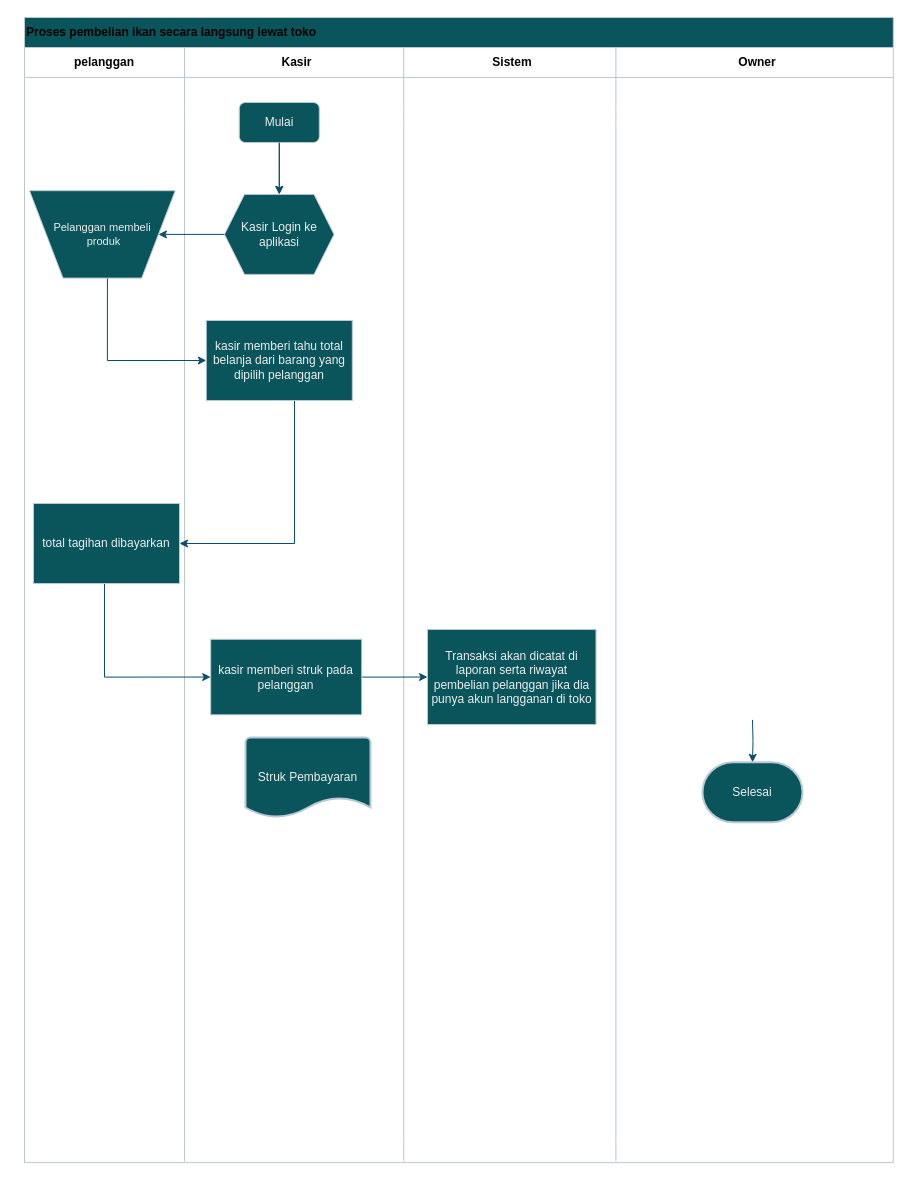
This is ikan langsung .drawio from shinoaaa/drawio, a draw.io file, before an edit. Source tidied: cells renumbered, new cells numbered last; positions are measured from the earlier drawing's top-left corner, leaving out a move shared by most shapes. Both pictures are drawn from the tidied source at 100%, with x=0, y=0 at pixel (24, 17).
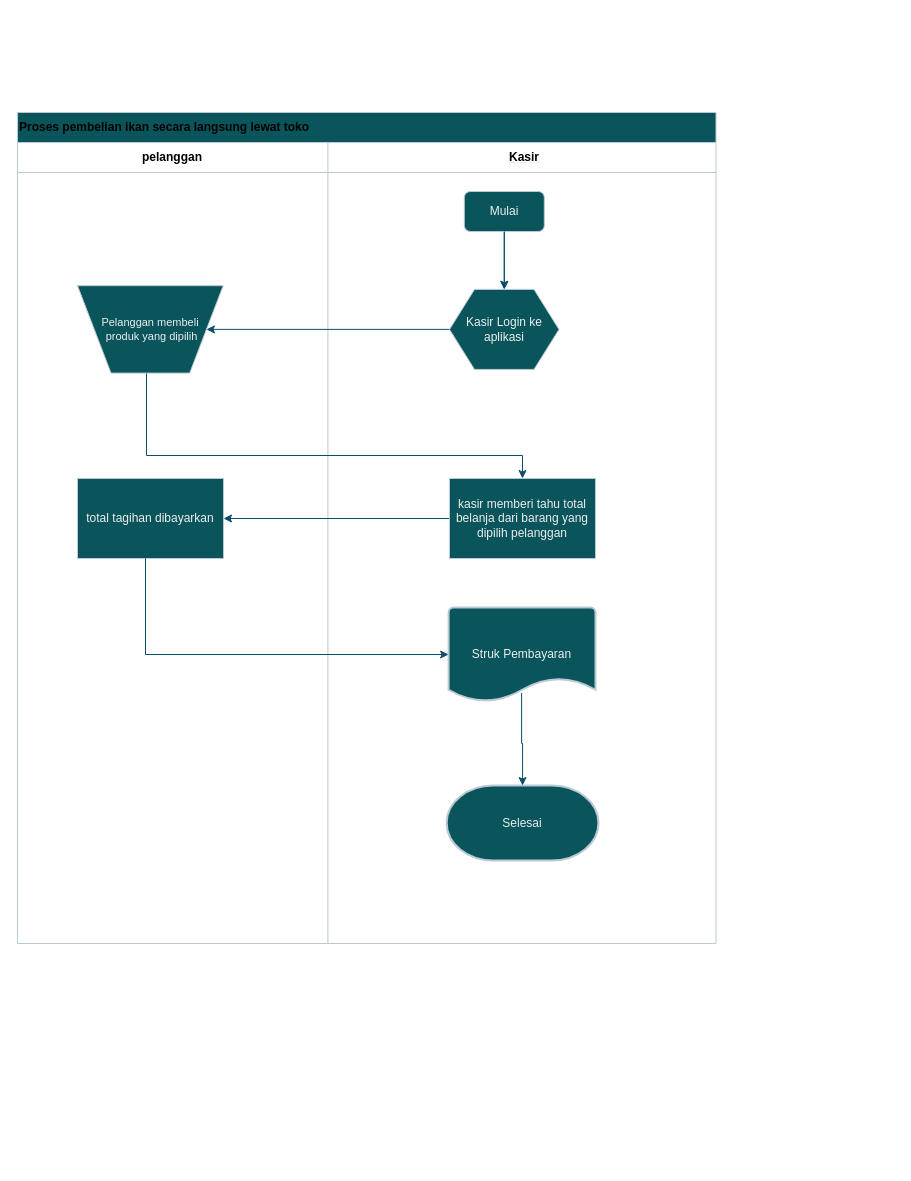
Above is the later version.

Change to the diagram source:
```diff
@@
     <mxCell id="2" value="&lt;font style=&quot;color: light-dark(rgb(0, 0, 0), rgb(0, 0, 0));&quot;&gt;Proses pembelian ikan secara langsung lewat toko&lt;/font&gt;" style="shape=table;startSize=30;childLayout=tableLayout;rowLines=0;fontStyle=1;align=left;html=1;strokeColor=#BAC8D3;labelBackgroundColor=none;fillColor=#09555B;fontColor=#EEEEEE;" parent="1" vertex="1">
-      <mxGeometry width="868.8" height="1145.1" as="geometry" />
+      <mxGeometry x="-7" y="95" width="698.5" height="831" as="geometry" />
     </mxCell>
     <mxCell id="3" style="shape=tableRow;horizontal=0;startSize=0;swimlaneHead=0;swimlaneBody=0;fillColor=none;top=0;left=0;right=0;bottom=1;strokeColor=#BAC8D3;labelBackgroundColor=none;fontColor=#EEEEEE;" parent="2" vertex="1">
-      <mxGeometry y="30" width="868.8" height="30" as="geometry" />
+      <mxGeometry y="30" width="698.5" height="30" as="geometry" />
     </mxCell>
     <mxCell id="4" value="&lt;font style=&quot;color: light-dark(rgb(0, 0, 0), rgb(0, 0, 0));&quot;&gt;pelanggan&lt;/font&gt;" style="shape=partialRectangle;fillColor=none;top=0;left=0;bottom=0;right=0;fontStyle=1;overflow=hidden;whiteSpace=wrap;html=1;labelBackgroundColor=none;strokeColor=#BAC8D3;fontColor=#EEEEEE;" parent="3" vertex="1">
-      <mxGeometry width="160" height="30" as="geometry" />
+      <mxGeometry width="310.4" height="30" as="geometry" />
     </mxCell>
     <mxCell id="5" value="&lt;font style=&quot;color: light-dark(rgb(0, 0, 0), rgb(0, 0, 0));&quot;&gt;Kasir&lt;/font&gt;" style="shape=partialRectangle;fillColor=none;top=0;left=0;bottom=0;right=0;align=center;spacingLeft=6;fontStyle=5;overflow=hidden;whiteSpace=wrap;html=1;labelBackgroundColor=none;strokeColor=#BAC8D3;fontColor=#EEEEEE;" parent="3" vertex="1">
-      <mxGeometry x="160" width="219.2" height="30" as="geometry" />
+      <mxGeometry x="310.4" width="388.1" height="30" as="geometry" />
     </mxCell>
-    <mxCell id="6" value="&lt;font style=&quot;color: light-dark(rgb(0, 0, 0), rgb(0, 0, 0));&quot;&gt;Sistem&lt;/font&gt;" style="shape=partialRectangle;fillColor=none;top=0;left=0;bottom=0;right=0;align=center;spacingLeft=6;fontStyle=5;overflow=hidden;whiteSpace=wrap;html=1;strokeColor=#BAC8D3;labelBackgroundColor=none;fontColor=#EEEEEE;" parent="3" vertex="1">
-      <mxGeometry x="379.2" width="212.2" height="30" as="geometry" />
-    </mxCell>
-    <mxCell id="7" value="&lt;font style=&quot;color: light-dark(rgb(0, 0, 0), rgb(0, 0, 0));&quot;&gt;Owner&lt;/font&gt;" style="shape=partialRectangle;fillColor=none;top=0;left=0;bottom=0;right=0;align=center;spacingLeft=6;fontStyle=5;overflow=hidden;whiteSpace=wrap;html=1;strokeColor=#BAC8D3;labelBackgroundColor=none;fontColor=#EEEEEE;" parent="3" vertex="1">
-      <mxGeometry x="591.3" width="277.5" height="30" as="geometry" />
-    </mxCell>
-    <mxCell id="8" style="shape=tableRow;horizontal=0;startSize=0;swimlaneHead=0;swimlaneBody=0;fillColor=none;top=0;left=0;right=0;bottom=0;labelBackgroundColor=none;strokeColor=#BAC8D3;fontColor=#EEEEEE;" parent="2" vertex="1">
-      <mxGeometry y="60" width="868.8" height="30" as="geometry" />
-    </mxCell>
-    <mxCell id="9" style="shape=partialRectangle;fillColor=none;top=0;left=0;bottom=0;right=0;overflow=hidden;whiteSpace=wrap;html=1;labelBackgroundColor=none;strokeColor=#BAC8D3;fontColor=#EEEEEE;" parent="8" vertex="1">
-      <mxGeometry width="160" height="30" as="geometry" />
-    </mxCell>
-    <mxCell id="10" style="shape=partialRectangle;fillColor=none;top=0;left=0;bottom=0;right=0;align=left;spacingLeft=6;overflow=hidden;whiteSpace=wrap;html=1;labelBackgroundColor=none;strokeColor=#BAC8D3;fontColor=#EEEEEE;" parent="8" vertex="1">
-      <mxGeometry x="160" width="219.2" height="30" as="geometry" />
-    </mxCell>
-    <mxCell id="11" style="shape=partialRectangle;fillColor=none;top=0;left=0;bottom=0;right=0;align=left;spacingLeft=6;overflow=hidden;whiteSpace=wrap;html=1;labelBackgroundColor=none;strokeColor=#BAC8D3;fontColor=#EEEEEE;" parent="8" vertex="1">
-      <mxGeometry x="379.2" width="212.2" height="30" as="geometry" />
-    </mxCell>
-    <mxCell id="12" style="shape=partialRectangle;fillColor=none;top=0;left=0;bottom=0;right=0;align=left;spacingLeft=6;overflow=hidden;whiteSpace=wrap;html=1;labelBackgroundColor=none;strokeColor=#BAC8D3;fontColor=#EEEEEE;" parent="8" vertex="1">
-      <mxGeometry x="591.3" width="277.5" height="30" as="geometry" />
-    </mxCell>
-    <mxCell id="13" style="shape=tableRow;horizontal=0;startSize=0;swimlaneHead=0;swimlaneBody=0;fillColor=none;top=0;left=0;right=0;bottom=0;labelBackgroundColor=none;strokeColor=#BAC8D3;fontColor=#EEEEEE;" parent="2" vertex="1">
-      <mxGeometry y="90" width="868.8" height="20" as="geometry" />
-    </mxCell>
-    <mxCell id="14" style="shape=partialRectangle;fillColor=none;top=0;left=0;bottom=0;right=0;overflow=hidden;whiteSpace=wrap;html=1;labelBackgroundColor=none;strokeColor=#BAC8D3;fontColor=#EEEEEE;" parent="13" vertex="1">
-      <mxGeometry width="160" height="20" as="geometry" />
-    </mxCell>
-    <mxCell id="15" style="shape=partialRectangle;fillColor=none;top=0;left=0;bottom=0;right=0;align=left;spacingLeft=6;overflow=hidden;whiteSpace=wrap;html=1;labelBackgroundColor=none;strokeColor=#BAC8D3;fontColor=#EEEEEE;" parent="13" vertex="1">
-      <mxGeometry x="160" width="219.2" height="20" as="geometry" />
-    </mxCell>
-    <mxCell id="16" style="shape=partialRectangle;fillColor=none;top=0;left=0;bottom=0;right=0;align=left;spacingLeft=6;overflow=hidden;whiteSpace=wrap;html=1;labelBackgroundColor=none;strokeColor=#BAC8D3;fontColor=#EEEEEE;" parent="13" vertex="1">
-      <mxGeometry x="379.2" width="212.2" height="20" as="geometry" />
-    </mxCell>
-    <mxCell id="17" style="shape=partialRectangle;fillColor=none;top=0;left=0;bottom=0;right=0;align=left;spacingLeft=6;overflow=hidden;whiteSpace=wrap;html=1;labelBackgroundColor=none;strokeColor=#BAC8D3;fontColor=#EEEEEE;" parent="13" vertex="1">
-      <mxGeometry x="591.3" width="277.5" height="20" as="geometry" />
-    </mxCell>
     <mxCell id="18" style="shape=tableRow;horizontal=0;startSize=0;swimlaneHead=0;swimlaneBody=0;fillColor=none;top=0;left=0;right=0;bottom=0;labelBackgroundColor=none;strokeColor=#BAC8D3;fontColor=#EEEEEE;" parent="2" vertex="1">
-      <mxGeometry y="110" width="868.8" height="1014" as="geometry" />
+      <mxGeometry y="60" width="698.5" height="771" as="geometry" />
     </mxCell>
     <mxCell id="19" style="shape=partialRectangle;fillColor=none;top=0;left=0;bottom=0;right=0;overflow=hidden;whiteSpace=wrap;html=1;labelBackgroundColor=none;strokeColor=#BAC8D3;fontColor=#EEEEEE;" parent="18" vertex="1">
-      <mxGeometry width="160" height="1014" as="geometry" />
+      <mxGeometry width="310.4" height="771" as="geometry" />
     </mxCell>
     <mxCell id="20" style="shape=partialRectangle;fillColor=none;top=0;left=0;bottom=0;right=0;align=left;spacingLeft=6;overflow=hidden;whiteSpace=wrap;html=1;labelBackgroundColor=none;strokeColor=#BAC8D3;fontColor=#EEEEEE;" parent="18" vertex="1">
-      <mxGeometry x="160" width="219.2" height="1014" as="geometry" />
+      <mxGeometry x="310.4" width="388.1" height="771" as="geometry" />
     </mxCell>
-    <mxCell id="21" style="shape=partialRectangle;fillColor=none;top=0;left=0;bottom=0;right=0;align=left;spacingLeft=6;overflow=hidden;whiteSpace=wrap;html=1;labelBackgroundColor=none;strokeColor=#BAC8D3;fontColor=#EEEEEE;" parent="18" vertex="1">
-      <mxGeometry x="379.2" width="212.2" height="1014" as="geometry" />
-    </mxCell>
-    <mxCell id="22" style="shape=partialRectangle;fillColor=none;top=0;left=0;bottom=0;right=0;align=left;spacingLeft=6;overflow=hidden;whiteSpace=wrap;html=1;labelBackgroundColor=none;strokeColor=#BAC8D3;fontColor=#EEEEEE;" parent="18" vertex="1">
-      <mxGeometry x="591.3" width="277.5" height="1014" as="geometry" />
-    </mxCell>
-    <mxCell id="23" style="shape=tableRow;horizontal=0;startSize=0;swimlaneHead=0;swimlaneBody=0;fillColor=none;top=0;left=0;right=0;bottom=0;labelBackgroundColor=none;strokeColor=#BAC8D3;fontColor=#EEEEEE;" parent="2" vertex="1">
-      <mxGeometry y="1124" width="868.8" height="20" as="geometry" />
-    </mxCell>
-    <mxCell id="24" style="shape=partialRectangle;fillColor=none;top=0;left=0;bottom=0;right=0;overflow=hidden;whiteSpace=wrap;html=1;labelBackgroundColor=none;strokeColor=#BAC8D3;fontColor=#EEEEEE;" parent="23" vertex="1">
-      <mxGeometry width="160" height="20" as="geometry" />
-    </mxCell>
-    <mxCell id="25" style="shape=partialRectangle;fillColor=none;top=0;left=0;bottom=0;right=0;align=left;spacingLeft=6;overflow=hidden;whiteSpace=wrap;html=1;labelBackgroundColor=none;strokeColor=#BAC8D3;fontColor=#EEEEEE;" parent="23" vertex="1">
-      <mxGeometry x="160" width="219.2" height="20" as="geometry" />
-    </mxCell>
-    <mxCell id="26" style="shape=partialRectangle;fillColor=none;top=0;left=0;bottom=0;right=0;align=left;spacingLeft=6;overflow=hidden;whiteSpace=wrap;html=1;labelBackgroundColor=none;strokeColor=#BAC8D3;fontColor=#EEEEEE;" parent="23" vertex="1">
-      <mxGeometry x="379.2" width="212.2" height="20" as="geometry" />
-    </mxCell>
-    <mxCell id="27" style="shape=partialRectangle;fillColor=none;top=0;left=0;bottom=0;right=0;align=left;spacingLeft=6;overflow=hidden;whiteSpace=wrap;html=1;labelBackgroundColor=none;strokeColor=#BAC8D3;fontColor=#EEEEEE;" parent="23" vertex="1">
-      <mxGeometry x="591.3" width="277.5" height="20" as="geometry" />
-    </mxCell>
@@
     <mxCell id="29" value="&lt;font&gt;Mulai&lt;/font&gt;" style="rounded=1;whiteSpace=wrap;html=1;fillColor=#09555B;fontColor=#EEEEEE;strokeColor=#BAC8D3;labelBackgroundColor=none;" parent="1" vertex="1">
-      <mxGeometry x="214.8" y="85" width="80" height="40" as="geometry" />
+      <mxGeometry x="439.8" y="174" width="80" height="40" as="geometry" />
     </mxCell>
@@
-    <mxCell id="31" value="&lt;font&gt;Kasir Login ke aplikasi&lt;/font&gt;" style="shape=hexagon;perimeter=hexagonPerimeter2;whiteSpace=wrap;html=1;fixedSize=1;fillColor=#09555B;strokeColor=#BAC8D3;fontColor=#EEEEEE;labelBackgroundColor=none;" parent="1" vertex="1">
-      <mxGeometry x="200" y="176.9" width="109.5" height="80" as="geometry" />
+    <mxCell id="31" value="&lt;font&gt;Kasir Login ke aplikasi&lt;/font&gt;" style="shape=hexagon;perimeter=hexagonPerimeter2;whiteSpace=wrap;html=1;fixedSize=1;fillColor=#09555B;strokeColor=#BAC8D3;fontColor=#EEEEEE;labelBackgroundColor=none;size=25;" parent="1" vertex="1">
+      <mxGeometry x="425" y="271.9" width="109.5" height="80" as="geometry" />
     </mxCell>
@@
-    <mxCell id="34" style="edgeStyle=orthogonalEdgeStyle;rounded=0;jettySize=auto;html=1;entryX=0;entryY=0.5;entryDx=0;entryDy=0;strokeColor=#0B4D6A;labelBackgroundColor=none;fontColor=default;exitX=0.535;exitY=0.039;exitDx=0;exitDy=0;exitPerimeter=0;" parent="1" edge="1" source="44" target="36">
+    <mxCell id="34" style="edgeStyle=orthogonalEdgeStyle;rounded=0;jettySize=auto;html=1;entryX=0.5;entryY=0;entryDx=0;entryDy=0;strokeColor=#0B4D6A;labelBackgroundColor=none;fontColor=default;exitX=0.484;exitY=0.014;exitDx=0;exitDy=0;exitPerimeter=0;" parent="1" edge="1" source="44" target="36">
       <mxGeometry relative="1" as="geometry">
         <Array as="points">
-          <mxPoint x="83" y="343" />
+          <mxPoint x="122" y="354" />
+          <mxPoint x="122" y="438" />
+          <mxPoint x="498" y="438" />
         </Array>
       </mxGeometry>
     </mxCell>
-    <mxCell id="35" style="edgeStyle=orthogonalEdgeStyle;rounded=0;jettySize=auto;html=1;entryX=1;entryY=0.5;entryDx=0;entryDy=0;labelBackgroundColor=none;strokeColor=#0B4D6A;fontColor=default;" parent="1" edge="1" source="36" target="50">
-      <mxGeometry relative="1" as="geometry">
-        <Array as="points">
-          <mxPoint x="270" y="526" />
-        </Array>
-      </mxGeometry>
+    <mxCell id="35" style="edgeStyle=orthogonalEdgeStyle;rounded=0;jettySize=auto;html=1;entryX=1;entryY=0.5;entryDx=0;entryDy=0;strokeColor=#0B4D6A;" parent="1" edge="1" source="36" target="50">
+      <mxGeometry relative="1" as="geometry" />
     </mxCell>
     <mxCell id="36" value="kasir memberi tahu total belanja dari barang yang dipilih pelanggan" style="rounded=0;whiteSpace=wrap;html=1;strokeColor=#BAC8D3;fontColor=#EEEEEE;fillColor=#09555B;labelBackgroundColor=none;" parent="1" vertex="1">
-      <mxGeometry x="181.8" y="303" width="146" height="80" as="geometry" />
+      <mxGeometry x="425" y="461" width="146" height="80" as="geometry" />
     </mxCell>
@@
-    <mxCell id="40" style="edgeStyle=orthogonalEdgeStyle;rounded=0;jettySize=auto;html=1;entryX=0;entryY=0.5;entryDx=0;entryDy=0;strokeColor=#0B4D6A;labelBackgroundColor=none;fontColor=default;" parent="1" edge="1" source="41" target="43">
-      <mxGeometry relative="1" as="geometry" />
-    </mxCell>
-    <mxCell id="41" value="kasir memberi struk pada pelanggan" style="rounded=0;whiteSpace=wrap;html=1;strokeColor=#BAC8D3;fontColor=#EEEEEE;fillColor=#09555B;labelBackgroundColor=none;" parent="1" vertex="1">
-      <mxGeometry x="186.2" y="621.8" width="151" height="75.5" as="geometry" />
-    </mxCell>
@@
-    <mxCell id="43" value="Transaksi akan dicatat di laporan serta riwayat pembelian pelanggan jika dia punya akun langganan di toko" style="rounded=0;whiteSpace=wrap;html=1;strokeColor=#BAC8D3;fontColor=#EEEEEE;fillColor=#09555B;labelBackgroundColor=none;" parent="1" vertex="1">
-      <mxGeometry x="403" y="612" width="168.5" height="95" as="geometry" />
-    </mxCell>
-    <mxCell id="44" value="Pelanggan membeli&lt;div&gt;&amp;nbsp;produk&lt;/div&gt;" style="verticalLabelPosition=middle;verticalAlign=middle;html=1;shape=trapezoid;perimeter=trapezoidPerimeter;whiteSpace=wrap;size=0.23;arcSize=10;flipV=1;labelPosition=center;align=center;labelBackgroundColor=none;fillColor=#09555B;strokeColor=#BAC8D3;fontColor=#EEEEEE;fontSize=11;" parent="1" vertex="1">
-      <mxGeometry x="5" y="173.2" width="145.7" height="87.4" as="geometry" />
+    <mxCell id="44" value="Pelanggan membeli&lt;div&gt;&amp;nbsp;produk yang dipilih&lt;/div&gt;" style="verticalLabelPosition=middle;verticalAlign=middle;html=1;shape=trapezoid;perimeter=trapezoidPerimeter;whiteSpace=wrap;size=0.23;arcSize=10;flipV=1;labelPosition=center;align=center;labelBackgroundColor=none;fillColor=#09555B;strokeColor=#BAC8D3;fontColor=#EEEEEE;fontSize=11;" parent="1" vertex="1">
+      <mxGeometry x="53" y="268.2" width="145.7" height="87.4" as="geometry" />
     </mxCell>
@@
-    <mxCell id="47" value="Selesai" style="strokeWidth=2;html=1;shape=mxgraph.flowchart.terminator;whiteSpace=wrap;strokeColor=#BAC8D3;fontColor=#EEEEEE;fillColor=#09555B;labelBackgroundColor=none;" parent="1" vertex="1">
-      <mxGeometry x="678" y="744.8" width="100" height="60" as="geometry" />
-    </mxCell>
-    <mxCell id="48" style="edgeStyle=orthogonalEdgeStyle;rounded=0;jettySize=auto;html=1;entryX=0.5;entryY=0;entryDx=0;entryDy=0;entryPerimeter=0;strokeColor=#0B4D6A;labelBackgroundColor=none;fontColor=default;" parent="1" edge="1" target="47">
-      <mxGeometry relative="1" as="geometry">
-        <mxPoint x="728" y="702.4" as="sourcePoint" />
-      </mxGeometry>
-    </mxCell>
-    <mxCell id="49" style="edgeStyle=orthogonalEdgeStyle;rounded=0;jettySize=auto;html=1;entryX=0;entryY=0.5;entryDx=0;entryDy=0;strokeColor=#0B4D6A;" parent="1" edge="1" source="50" target="41">
-      <mxGeometry relative="1" as="geometry">
-        <Array as="points">
-          <mxPoint x="80" y="660" />
-        </Array>
-      </mxGeometry>
-    </mxCell>
     <mxCell id="50" value="total tagihan dibayarkan" style="rounded=0;whiteSpace=wrap;html=1;strokeColor=#BAC8D3;fontColor=#EEEEEE;fillColor=#09555B;labelBackgroundColor=none;" parent="1" vertex="1">
-      <mxGeometry x="9" y="486" width="146" height="80" as="geometry" />
+      <mxGeometry x="53" y="461" width="146" height="80" as="geometry" />
     </mxCell>
-    <mxCell id="51" value="Struk Pembayaran" style="strokeWidth=2;html=1;shape=mxgraph.flowchart.document2;whiteSpace=wrap;size=0.25;strokeColor=#BAC8D3;fontColor=#EEEEEE;fillColor=#09555B;" parent="1" vertex="1">
-      <mxGeometry x="221" y="720" width="125" height="80" as="geometry" />
+    <mxCell id="51" value="Struk Pembayaran" style="strokeWidth=2;html=1;shape=mxgraph.flowchart.document2;whiteSpace=wrap;size=0.25;strokeColor=#BAC8D3;fontColor=#EEEEEE;fillColor=#09555B;labelBackgroundColor=none;" parent="1" vertex="1">
+      <mxGeometry x="424.1" y="590" width="146.9" height="94" as="geometry" />
     </mxCell>
+    <mxCell id="52" style="edgeStyle=orthogonalEdgeStyle;rounded=0;jettySize=auto;html=1;entryX=0;entryY=0.5;entryDx=0;entryDy=0;entryPerimeter=0;strokeColor=#0B4D6A;" parent="1" edge="1" source="50" target="51">
+      <mxGeometry relative="1" as="geometry">
+        <Array as="points">
+          <mxPoint x="121" y="637" />
+        </Array>
+      </mxGeometry>
+    </mxCell>
+    <mxCell id="47" value="Selesai" style="strokeWidth=2;html=1;shape=mxgraph.flowchart.terminator;whiteSpace=wrap;strokeColor=#BAC8D3;fontColor=#EEEEEE;fillColor=#09555B;" parent="1" vertex="1">
+      <mxGeometry x="422.2" y="768" width="151.7" height="75" as="geometry" />
+    </mxCell>
+    <mxCell id="53" style="edgeStyle=orthogonalEdgeStyle;rounded=0;jettySize=auto;html=1;entryX=0.5;entryY=0;entryDx=0;entryDy=0;entryPerimeter=0;strokeColor=#0B4D6A;exitX=0.497;exitY=0.908;exitDx=0;exitDy=0;exitPerimeter=0;" parent="1" edge="1" source="51" target="47">
+      <mxGeometry relative="1" as="geometry" />
+    </mxCell>
```
